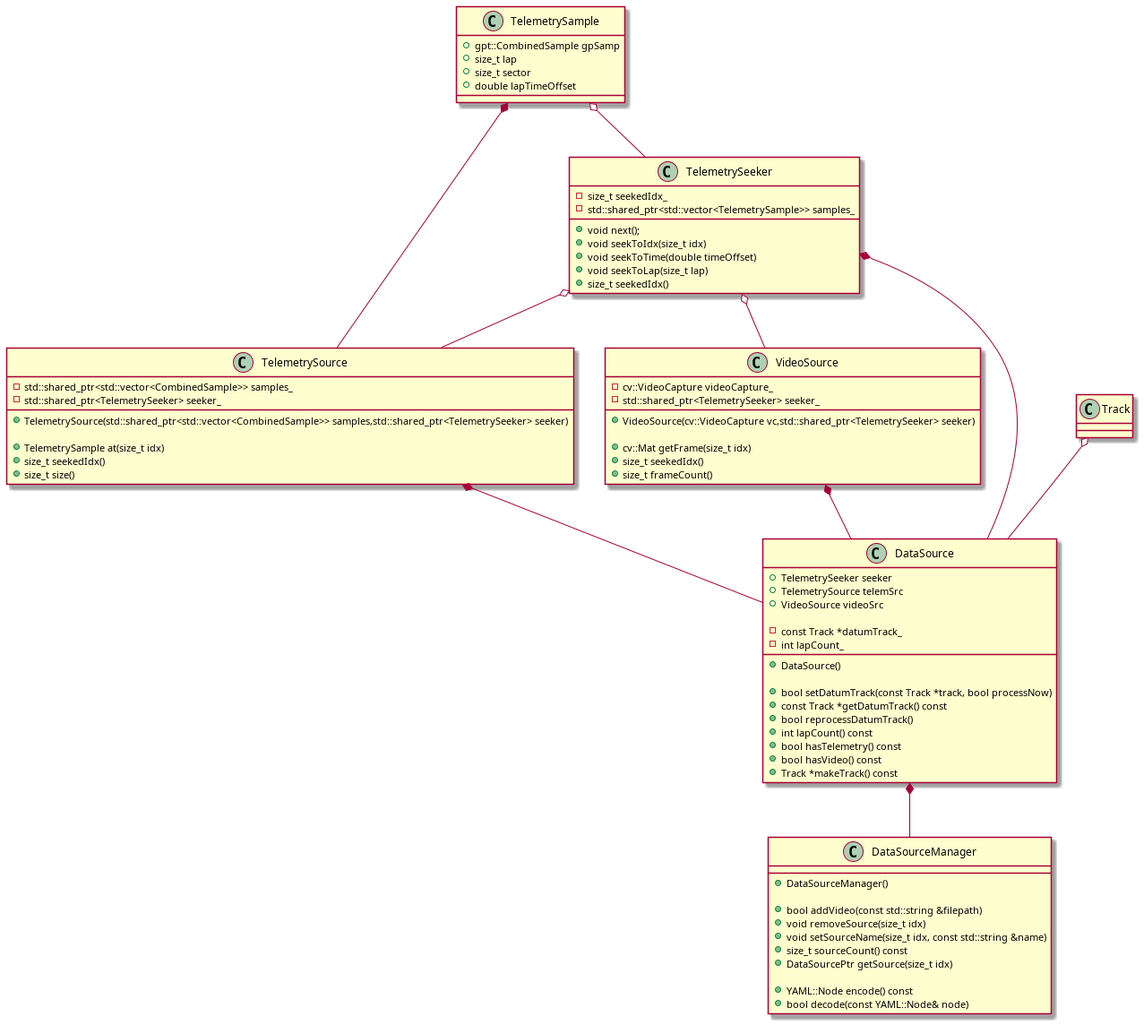
hankedan000/gopro-overlay keeps this PlantUML diagram as docs/plantuml_imgs/dataSourceClasses.png. Above is the earlier version.
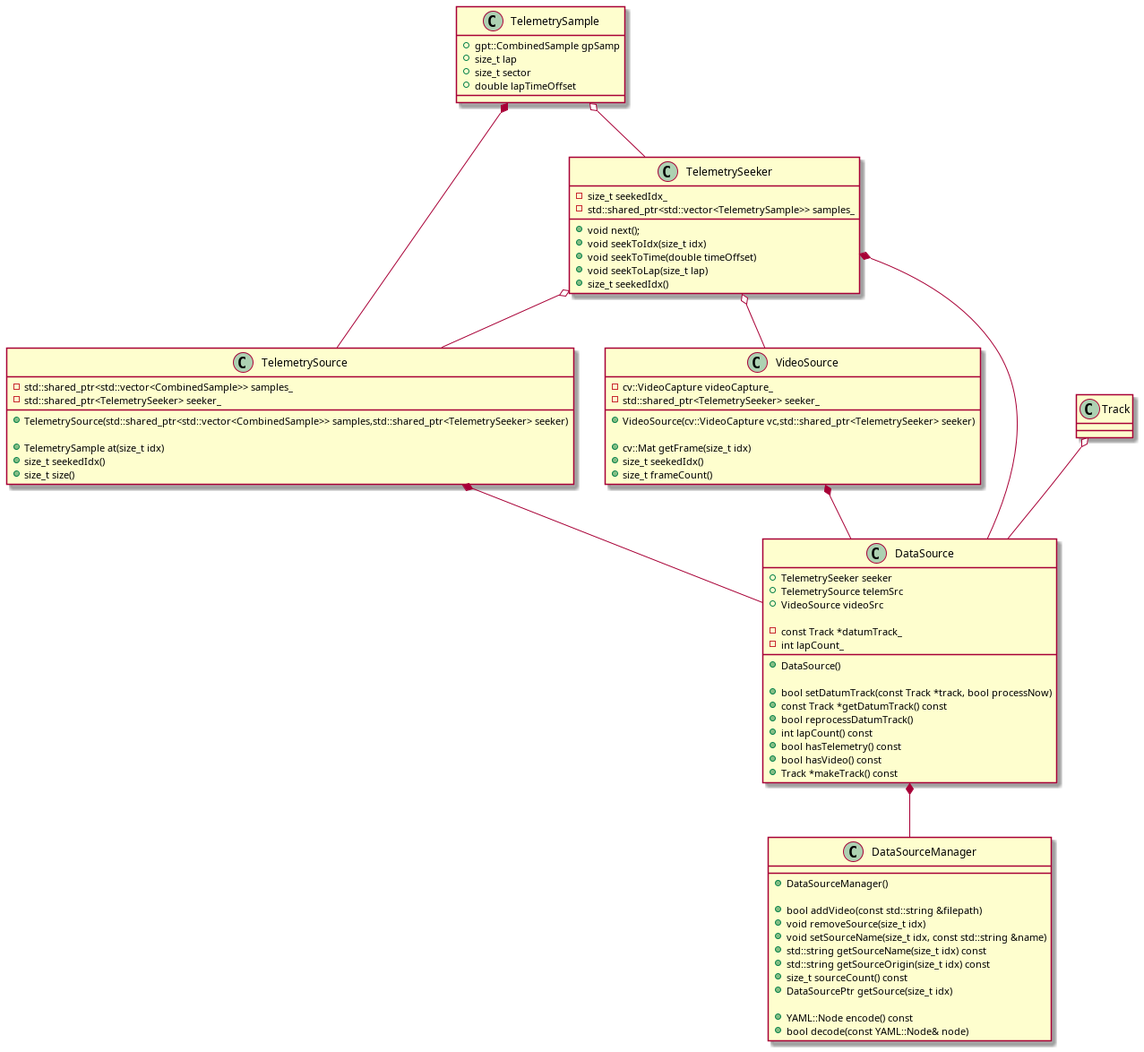
The same file after the commit.

Change to the diagram source:
```diff
@@ -65,6 +65,8 @@
 	+bool addVideo(const std::string &filepath)
 	+void removeSource(size_t idx)
 	+void setSourceName(size_t idx, const std::string &name)
+	+std::string getSourceName(size_t idx) const
+	+std::string getSourceOrigin(size_t idx) const
 	+size_t sourceCount() const
 	+DataSourcePtr getSource(size_t idx)
 
```
